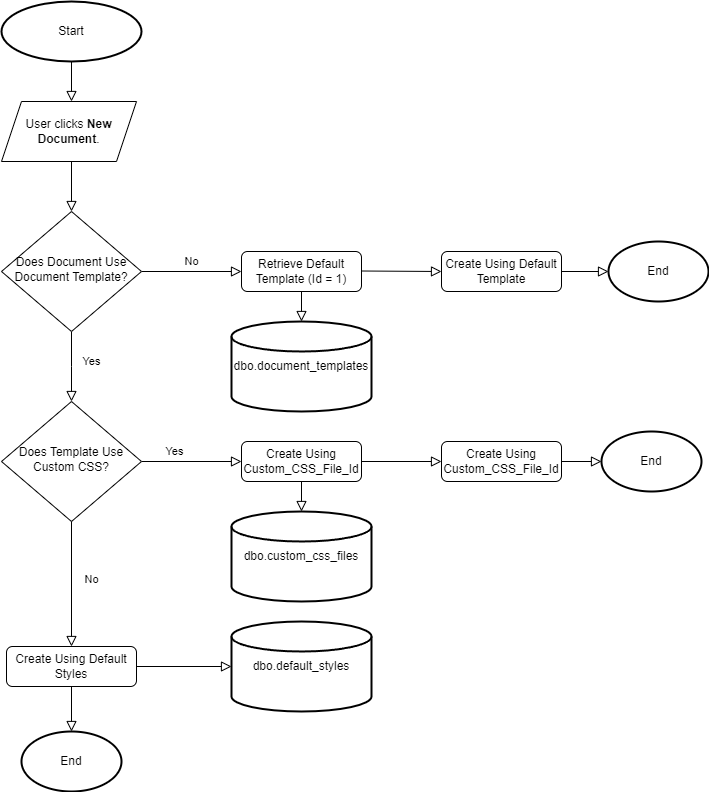
Above: documentsflowchart.png in clees1/portfoliotesting2 (draw.io), before the change. Source tidied: cells renumbered, new cells last; positions are measured from the earlier drawing's top-left corner, leaving out a move shared by most shapes.
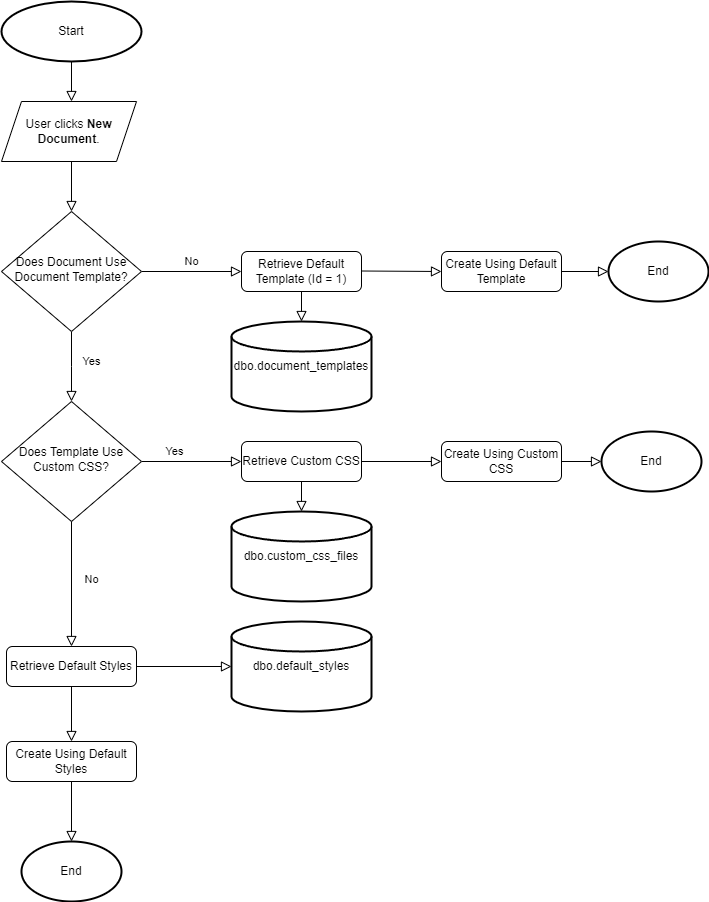
Above is the later version.

The edit, as a diff of the source:
```diff
@@ -30,10 +30,10 @@
     <mxCell id="8" value="Yes" style="edgeStyle=orthogonalEdgeStyle;rounded=0;html=1;jettySize=auto;fontSize=11;endArrow=block;endFill=0;endSize=8;strokeWidth=1;shadow=0;labelBackgroundColor=none;exitX=1;exitY=0.5;exitDx=0;exitDy=0;" parent="1" edge="1" source="11" target="10">
       <mxGeometry x="-0.33" y="10" relative="1" as="geometry" />
     </mxCell>
-    <mxCell id="9" value="Create Using Default Styles" style="rounded=1;whiteSpace=wrap;html=1;fontSize=12;glass=0;strokeWidth=1;shadow=0;" parent="1" vertex="1">
+    <mxCell id="9" value="Retrieve Default Styles" style="rounded=1;whiteSpace=wrap;html=1;fontSize=12;glass=0;strokeWidth=1;shadow=0;" parent="1" vertex="1">
       <mxGeometry x="5" y="645" width="130" height="40" as="geometry" />
     </mxCell>
-    <mxCell id="10" value="Create Using Custom_CSS_File_Id" style="rounded=1;whiteSpace=wrap;html=1;fontSize=12;glass=0;strokeWidth=1;shadow=0;" parent="1" vertex="1">
+    <mxCell id="10" value="Retrieve Custom CSS" style="rounded=1;whiteSpace=wrap;html=1;fontSize=12;glass=0;strokeWidth=1;shadow=0;" parent="1" vertex="1">
       <mxGeometry x="240" y="440" width="120" height="40" as="geometry" />
     </mxCell>
     <mxCell id="11" value="Does Template Use Custom CSS?" style="rhombus;whiteSpace=wrap;html=1;shadow=0;fontFamily=Helvetica;fontSize=12;align=center;strokeWidth=1;spacing=6;spacingTop=-4;" parent="1" vertex="1">
@@ -65,7 +65,7 @@
         <mxPoint x="440" y="270" as="targetPoint" />
       </mxGeometry>
     </mxCell>
-    <mxCell id="19" value="Create Using Custom_CSS_File_Id" style="rounded=1;whiteSpace=wrap;html=1;fontSize=12;glass=0;strokeWidth=1;shadow=0;" parent="1" vertex="1">
+    <mxCell id="19" value="Create Using Custom CSS" style="rounded=1;whiteSpace=wrap;html=1;fontSize=12;glass=0;strokeWidth=1;shadow=0;" parent="1" vertex="1">
       <mxGeometry x="440" y="440" width="120" height="40" as="geometry" />
     </mxCell>
     <mxCell id="20" value="dbo.custom_css_files" style="strokeWidth=2;html=1;shape=mxgraph.flowchart.database;whiteSpace=wrap;" parent="1" vertex="1">
@@ -84,10 +84,12 @@
       <mxGeometry x="607" y="240" width="100" height="60" as="geometry" />
     </mxCell>
     <mxCell id="25" value="End" style="strokeWidth=2;html=1;shape=mxgraph.flowchart.start_1;whiteSpace=wrap;" parent="1" vertex="1">
-      <mxGeometry x="20" y="730" width="100" height="60" as="geometry" />
+      <mxGeometry x="20" y="840" width="100" height="60" as="geometry" />
     </mxCell>
-    <mxCell id="26" style="rounded=0;html=1;jettySize=auto;fontSize=11;endArrow=block;endFill=0;endSize=8;strokeWidth=1;shadow=0;labelBackgroundColor=none;exitX=0.5;exitY=1;exitDx=0;exitDy=0;entryX=0.5;entryY=0;entryDx=0;entryDy=0;entryPerimeter=0;" parent="1" edge="1" source="9" target="25">
-      <mxGeometry y="10" relative="1" as="geometry" />
+    <mxCell id="26" style="rounded=0;html=1;jettySize=auto;fontSize=11;endArrow=block;endFill=0;endSize=8;strokeWidth=1;shadow=0;labelBackgroundColor=none;exitX=0.5;exitY=1;exitDx=0;exitDy=0;" parent="1" edge="1" source="9">
+      <mxGeometry y="10" relative="1" as="geometry">
+        <mxPoint x="70" y="740" as="targetPoint" />
+      </mxGeometry>
     </mxCell>
     <mxCell id="27" style="rounded=0;html=1;jettySize=auto;fontSize=11;endArrow=block;endFill=0;endSize=8;strokeWidth=1;shadow=0;labelBackgroundColor=none;exitX=0.5;exitY=1;exitDx=0;exitDy=0;entryX=0.5;entryY=0;entryDx=0;entryDy=0;entryPerimeter=0;" parent="1" edge="1" source="6" target="16">
       <mxGeometry y="10" relative="1" as="geometry" />
@@ -104,5 +106,11 @@
     <mxCell id="31" style="rounded=0;html=1;jettySize=auto;fontSize=11;endArrow=block;endFill=0;endSize=8;strokeWidth=1;shadow=0;labelBackgroundColor=none;exitX=1;exitY=0.5;exitDx=0;exitDy=0;entryX=0;entryY=0.5;entryDx=0;entryDy=0;entryPerimeter=0;" parent="1" edge="1" source="19" target="23">
       <mxGeometry y="10" relative="1" as="geometry" />
     </mxCell>
+    <mxCell id="32" value="Create Using Default Styles" style="rounded=1;whiteSpace=wrap;html=1;fontSize=12;glass=0;strokeWidth=1;shadow=0;" parent="1" vertex="1">
+      <mxGeometry x="5" y="740" width="130" height="40" as="geometry" />
+    </mxCell>
+    <mxCell id="33" style="rounded=0;html=1;jettySize=auto;fontSize=11;endArrow=block;endFill=0;endSize=8;strokeWidth=1;shadow=0;labelBackgroundColor=none;exitX=0.5;exitY=1;exitDx=0;exitDy=0;entryX=0.5;entryY=0;entryDx=0;entryDy=0;entryPerimeter=0;" parent="1" edge="1" source="32" target="25">
+      <mxGeometry y="10" relative="1" as="geometry" />
+    </mxCell>
   </root>
 </mxGraphModel>
```
